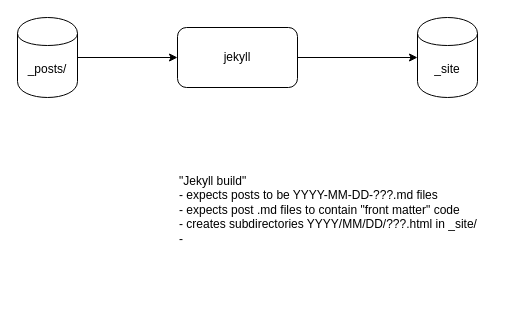
The draw.io diagram page "Jekyll Posts" (1 of 20) of Scrivener-to-Jekyll.drawio in guitarvydas/scrivener-to-jekyll, before the edit. Source tidied: cells renumbered, new cells numbered last; positions are measured from the earlier drawing's top-left corner, leaving out a move shared by most shapes. Both pictures are drawn from the tidied source at 100%, with x=0, y=0 at pixel (17, 17).
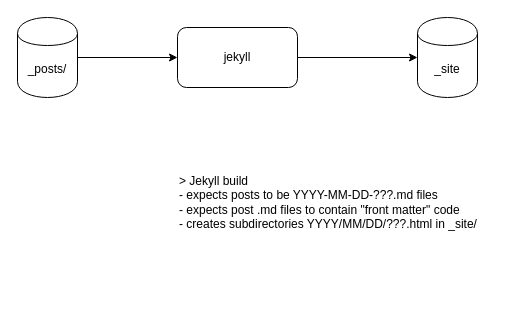
The same diagram, later.

The edit, as a diff of the source:
```diff
@@
 <mxGraphModel>
   <root>
     <mxCell id="0" />
     <mxCell id="1" parent="0" />
     <mxCell id="2" style="edgeStyle=orthogonalEdgeStyle;rounded=0;jettySize=auto;html=1;exitX=1;exitY=0.5;exitDx=0;exitDy=0;entryX=0;entryY=0.5;entryDx=0;entryDy=0;" parent="1" edge="1" source="3" target="5">
       <mxGeometry relative="1" as="geometry" />
     </mxCell>
     <mxCell id="3" value="_posts/" style="shape=cylinder;whiteSpace=wrap;html=1;boundedLbl=1;backgroundOutline=1;" parent="1" vertex="1">
       <mxGeometry width="60" height="80" as="geometry" />
     </mxCell>
     <mxCell id="4" style="edgeStyle=orthogonalEdgeStyle;rounded=0;jettySize=auto;html=1;exitX=1;exitY=0.5;exitDx=0;exitDy=0;entryX=0;entryY=0.5;entryDx=0;entryDy=0;" parent="1" edge="1" source="5" target="6">
       <mxGeometry relative="1" as="geometry" />
     </mxCell>
     <mxCell id="5" value="jekyll" style="rounded=1;whiteSpace=wrap;html=1;" parent="1" vertex="1">
       <mxGeometry x="160" y="10" width="120" height="60" as="geometry" />
     </mxCell>
     <mxCell id="6" value="_site" style="shape=cylinder;whiteSpace=wrap;html=1;boundedLbl=1;backgroundOutline=1;" parent="1" vertex="1">
       <mxGeometry x="400" width="60" height="80" as="geometry" />
     </mxCell>
-    <mxCell id="7" value="&quot;Jekyll build&quot;&lt;br&gt;- expects posts to be YYYY-MM-DD-???.md files&lt;br&gt;- expects post .md files to contain &quot;front matter&quot; code&lt;br&gt;- creates subdirectories YYYY/MM/DD/???.html in _site/&lt;br&gt;-&amp;nbsp;" style="text;html=1;strokeColor=none;fillColor=none;align=left;verticalAlign=top;whiteSpace=wrap;rounded=0;" parent="1" vertex="1">
+    <mxCell id="7" value="&amp;gt; Jekyll build&lt;br&gt;- expects posts to be YYYY-MM-DD-???.md files&lt;br&gt;- expects post .md files to contain &quot;front matter&quot; code&lt;br&gt;- creates subdirectories YYYY/MM/DD/???.html in _site/" style="text;html=1;strokeColor=none;fillColor=none;align=left;verticalAlign=top;whiteSpace=wrap;rounded=0;" parent="1" vertex="1">
       <mxGeometry x="160" y="150" width="330" height="150" as="geometry" />
     </mxCell>
   </root>
 </mxGraphModel>
```
